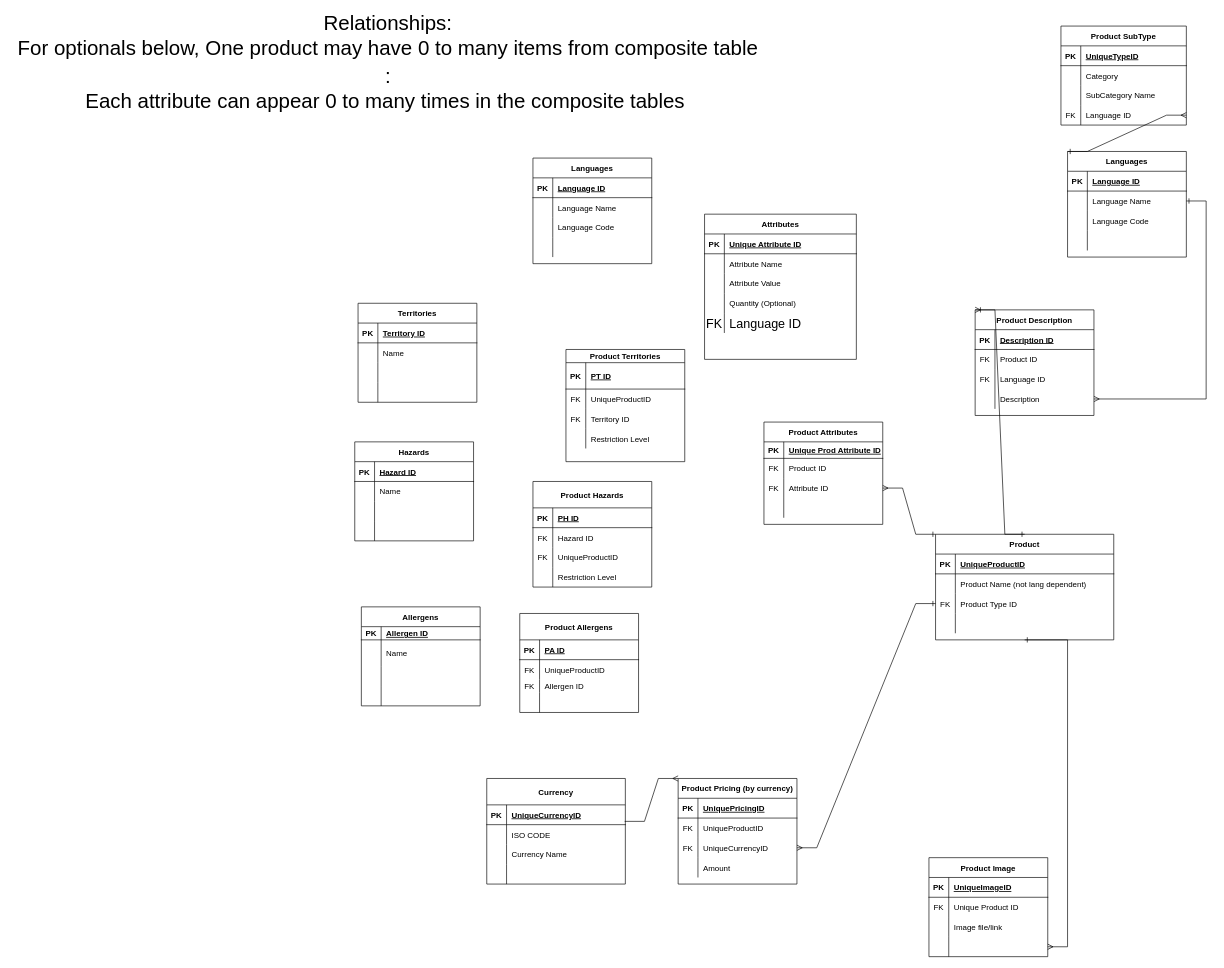
The draw.io diagram Untitled Diagram.drawio in eccelm/database-diagrams, before the edit. Source tidied: cells renumbered, new cells numbered last; positions are measured from the earlier drawing's top-left corner, leaving out a move shared by most shapes. Both pictures are drawn from the tidied source at 66%, with x=0, y=0 at pixel (11, 19).
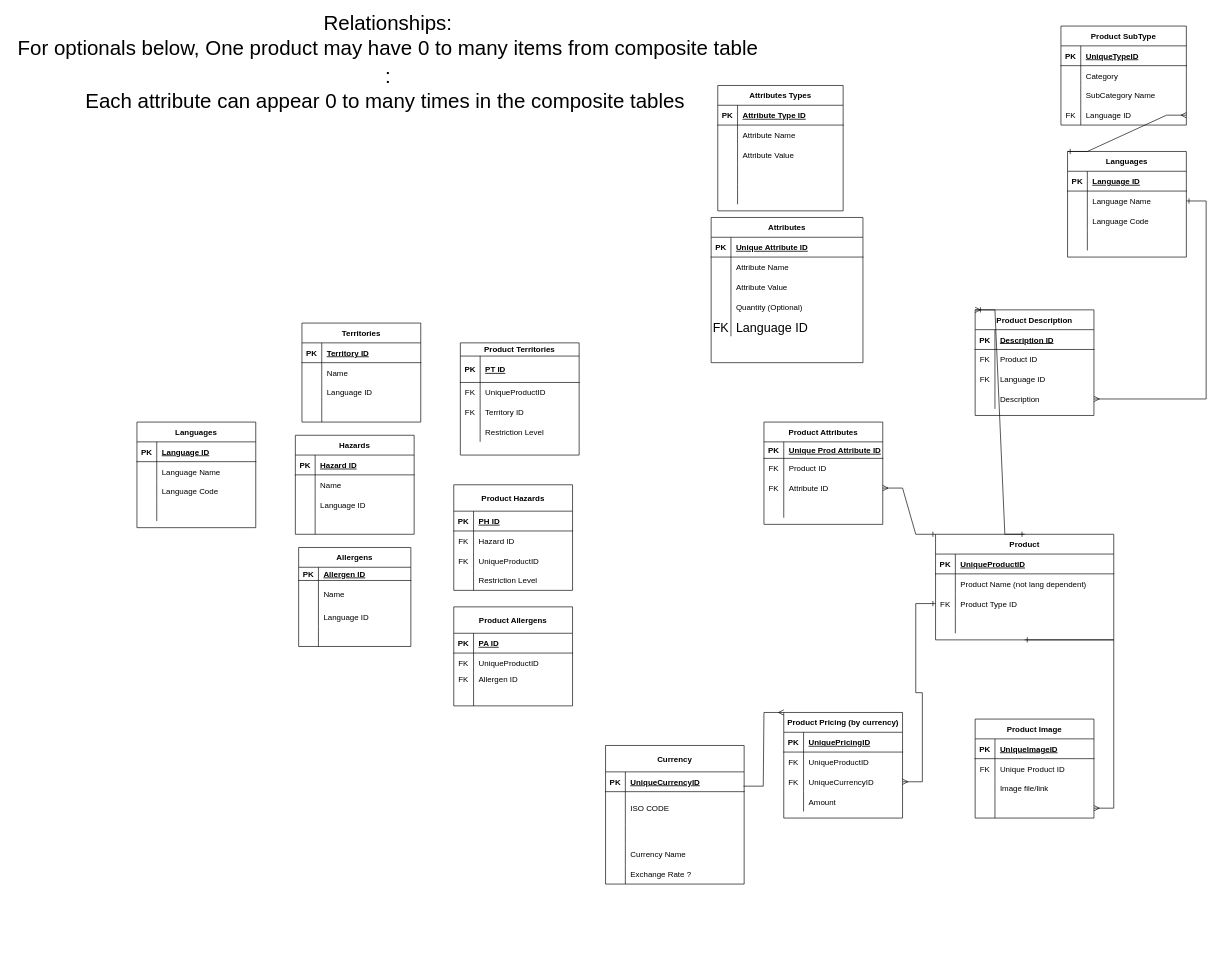
After the change.

The change refers to these unchanged cells:
```xml
<mxCell id="136" style="shape=partialRectangle;fillColor=none;top=0;left=0;bottom=0;right=0;" parent="129" vertex="1">
  <mxGeometry y="90" width="180" height="30" as="geometry" />
</mxCell>
<mxCell id="149" style="shape=partialRectangle;fillColor=none;top=0;left=0;bottom=0;right=0;" parent="142" vertex="1">
  <mxGeometry y="90" width="180" height="30" as="geometry" />
</mxCell>
```

Change to the diagram source:
```diff
@@
     <mxCell id="28" value="Currency" style="shape=table;startSize=40;childLayout=tableLayout;rowLines=0;fontStyle=1;align=center;" parent="1" vertex="1">
-      <mxGeometry x="720" y="1150" width="210" height="160" as="geometry" />
+      <mxGeometry x="900" y="1100" width="210" height="210" as="geometry" />
     </mxCell>
@@
     <mxCell id="32" style="shape=partialRectangle;fillColor=none;top=0;left=0;bottom=0;right=0;points=[[0,0.5],[1,0.5]];portConstraint=eastwest;" parent="28" vertex="1">
-      <mxGeometry y="70" width="210" height="30" as="geometry" />
+      <mxGeometry y="70" width="210" height="50" as="geometry" />
     </mxCell>
     <mxCell id="33" style="shape=partialRectangle;fillColor=none;top=0;left=0;bottom=0;right=0;overflow=hidden;" parent="32" vertex="1">
-      <mxGeometry width="30" height="30" as="geometry" />
+      <mxGeometry width="30" height="50" as="geometry" />
     </mxCell>
     <mxCell id="34" value="ISO CODE" style="shape=partialRectangle;fillColor=none;top=0;left=0;bottom=0;right=0;align=left;spacingLeft=6;overflow=hidden;" parent="32" vertex="1">
-      <mxGeometry x="30" width="180" height="30" as="geometry" />
+      <mxGeometry x="30" width="180" height="50" as="geometry" />
     </mxCell>
+    <mxCell id="222" style="shape=partialRectangle;fillColor=none;top=0;left=0;bottom=0;right=0;fontSize=19;" parent="28" vertex="1">
+      <mxGeometry y="120" width="210" height="30" as="geometry" />
+    </mxCell>
+    <mxCell id="223" style="shape=partialRectangle;fillColor=none;top=0;left=0;bottom=0;right=0;overflow=hidden;fontSize=19;" parent="222" vertex="1">
+      <mxGeometry width="30" height="30" as="geometry" />
+    </mxCell>
+    <mxCell id="224" style="shape=partialRectangle;fillColor=none;top=0;left=0;bottom=0;right=0;align=left;spacingLeft=6;overflow=hidden;fontSize=16;fontStyle=0;" parent="222" vertex="1">
+      <mxGeometry x="30" width="180" height="30" as="geometry" />
+    </mxCell>
     <mxCell id="35" style="shape=partialRectangle;fillColor=none;top=0;left=0;bottom=0;right=0;" parent="28" vertex="1">
-      <mxGeometry y="100" width="210" height="30" as="geometry" />
+      <mxGeometry y="150" width="210" height="30" as="geometry" />
     </mxCell>
@@
     <mxCell id="38" style="shape=partialRectangle;fillColor=none;top=0;left=0;bottom=0;right=0;" parent="28" vertex="1">
-      <mxGeometry y="130" width="210" height="30" as="geometry" />
+      <mxGeometry y="180" width="210" height="30" as="geometry" />
     </mxCell>
@@
-    <mxCell id="40" style="shape=partialRectangle;fillColor=none;top=0;left=0;bottom=0;right=0;align=left;spacingLeft=6;overflow=hidden;" parent="38" vertex="1">
+    <mxCell id="40" value="Exchange Rate ?" style="shape=partialRectangle;fillColor=none;top=0;left=0;bottom=0;right=0;align=left;spacingLeft=6;overflow=hidden;" parent="38" vertex="1">
       <mxGeometry x="30" width="180" height="30" as="geometry" />
     </mxCell>
     <mxCell id="41" value="Product Pricing (by currency)" style="shape=table;startSize=30;childLayout=tableLayout;rowLines=0;fontStyle=1;align=center;" parent="1" vertex="1">
-      <mxGeometry x="1010" y="1150" width="180" height="160" as="geometry" />
+      <mxGeometry x="1170" y="1050" width="180" height="160" as="geometry" />
     </mxCell>
@@
     <mxCell id="54" value="Product Image" style="shape=table;startSize=30;childLayout=tableLayout;rowLines=0;fontStyle=1;align=center;" parent="1" vertex="1">
-      <mxGeometry x="1390" y="1270" width="180" height="150" as="geometry" />
+      <mxGeometry x="1460" y="1060" width="180" height="150" as="geometry" />
     </mxCell>
@@
     <mxCell id="98" value="Attributes" style="shape=table;startSize=30;childLayout=tableLayout;rowLines=0;fontStyle=1;align=center;" parent="1" vertex="1">
-      <mxGeometry x="1050" y="295" width="230" height="220" as="geometry" />
+      <mxGeometry x="1060" y="300" width="230" height="220" as="geometry" />
     </mxCell>
@@
     <mxCell id="129" value="Territories" style="shape=table;startSize=30;childLayout=tableLayout;rowLines=0;fontStyle=1;align=center;" parent="1" vertex="1">
-      <mxGeometry x="525" y="430" width="180" height="150" as="geometry" />
+      <mxGeometry x="440" y="460" width="180" height="150" as="geometry" />
     </mxCell>
@@
-    <mxCell id="138" style="shape=partialRectangle;fillColor=none;top=0;left=0;bottom=0;right=0;align=left;spacingLeft=6;overflow=hidden;" parent="136" vertex="1">
+    <mxCell id="138" value="Language ID" style="shape=partialRectangle;fillColor=none;top=0;left=0;bottom=0;right=0;align=left;spacingLeft=6;overflow=hidden;" parent="136" vertex="1">
       <mxGeometry x="30" width="150" height="30" as="geometry" />
     </mxCell>
@@
     <mxCell id="142" value="Hazards" style="shape=table;startSize=30;childLayout=tableLayout;rowLines=0;fontStyle=1;align=center;" parent="1" vertex="1">
-      <mxGeometry x="520" y="640" width="180" height="150" as="geometry" />
+      <mxGeometry x="430" y="630" width="180" height="150" as="geometry" />
     </mxCell>
@@
-    <mxCell id="151" style="shape=partialRectangle;fillColor=none;top=0;left=0;bottom=0;right=0;align=left;spacingLeft=6;overflow=hidden;" parent="149" vertex="1">
+    <mxCell id="151" value="Language ID" style="shape=partialRectangle;fillColor=none;top=0;left=0;bottom=0;right=0;align=left;spacingLeft=6;overflow=hidden;" parent="149" vertex="1">
       <mxGeometry x="30" width="150" height="30" as="geometry" />
     </mxCell>
@@
     <mxCell id="155" value="Allergens" style="shape=table;startSize=30;childLayout=tableLayout;rowLines=0;fontStyle=1;align=center;" parent="1" vertex="1">
-      <mxGeometry x="530" y="890" width="180" height="150" as="geometry" />
+      <mxGeometry x="435" y="800" width="170" height="150" as="geometry" />
     </mxCell>
     <mxCell id="156" style="shape=partialRectangle;fillColor=none;top=0;left=0;bottom=1;right=0;" parent="155" vertex="1">
-      <mxGeometry y="30" width="180" height="20" as="geometry" />
+      <mxGeometry y="30" width="170" height="20" as="geometry" />
     </mxCell>
@@
     <mxCell id="158" value="Allergen ID" style="shape=partialRectangle;fillColor=none;top=0;left=0;bottom=0;right=0;align=left;spacingLeft=6;fontStyle=5;overflow=hidden;" parent="156" vertex="1">
-      <mxGeometry x="30" width="150" height="20" as="geometry" />
+      <mxGeometry x="30" width="140" height="20" as="geometry" />
     </mxCell>
     <mxCell id="159" style="shape=partialRectangle;fillColor=none;top=0;left=0;bottom=0;right=0;" parent="155" vertex="1">
-      <mxGeometry y="50" width="180" height="40" as="geometry" />
+      <mxGeometry y="50" width="170" height="40" as="geometry" />
     </mxCell>
@@
     <mxCell id="161" value="Name" style="shape=partialRectangle;fillColor=none;top=0;left=0;bottom=0;right=0;align=left;spacingLeft=6;overflow=hidden;" parent="159" vertex="1">
-      <mxGeometry x="30" width="150" height="40" as="geometry" />
+      <mxGeometry x="30" width="140" height="40" as="geometry" />
     </mxCell>
     <mxCell id="162" style="shape=partialRectangle;fillColor=none;top=0;left=0;bottom=0;right=0;" parent="155" vertex="1">
-      <mxGeometry y="90" width="180" height="30" as="geometry" />
+      <mxGeometry y="90" width="170" height="30" as="geometry" />
     </mxCell>
@@
-    <mxCell id="164" style="shape=partialRectangle;fillColor=none;top=0;left=0;bottom=0;right=0;align=left;spacingLeft=6;overflow=hidden;" parent="162" vertex="1">
-      <mxGeometry x="30" width="150" height="30" as="geometry" />
+    <mxCell id="164" value="Language ID" style="shape=partialRectangle;fillColor=none;top=0;left=0;bottom=0;right=0;align=left;spacingLeft=6;overflow=hidden;" parent="162" vertex="1">
+      <mxGeometry x="30" width="140" height="30" as="geometry" />
     </mxCell>
     <mxCell id="165" style="shape=partialRectangle;fillColor=none;top=0;left=0;bottom=0;right=0;" parent="155" vertex="1">
-      <mxGeometry y="120" width="180" height="30" as="geometry" />
+      <mxGeometry y="120" width="170" height="30" as="geometry" />
     </mxCell>
@@
     <mxCell id="167" style="shape=partialRectangle;fillColor=none;top=0;left=0;bottom=0;right=0;align=left;spacingLeft=6;overflow=hidden;" parent="165" vertex="1">
-      <mxGeometry x="30" width="150" height="30" as="geometry" />
+      <mxGeometry x="30" width="140" height="30" as="geometry" />
     </mxCell>
     <mxCell id="168" value="Product Territories" style="shape=table;startSize=20;childLayout=tableLayout;rowLines=0;fontStyle=1;align=center;" parent="1" vertex="1">
-      <mxGeometry x="840" y="500" width="180" height="170" as="geometry" />
+      <mxGeometry x="680" y="490" width="180" height="170" as="geometry" />
     </mxCell>
@@
     <mxCell id="181" value="Product Hazards" style="shape=table;startSize=40;childLayout=tableLayout;rowLines=0;fontStyle=1;align=center;" parent="1" vertex="1">
-      <mxGeometry x="790" y="700" width="180" height="160" as="geometry" />
+      <mxGeometry x="670" y="705" width="180" height="160" as="geometry" />
     </mxCell>
@@
     <mxCell id="194" value="Product Allergens" style="shape=table;startSize=40;childLayout=tableLayout;rowLines=0;fontStyle=1;align=center;" parent="1" vertex="1">
-      <mxGeometry x="770" y="900" width="180" height="150" as="geometry" />
+      <mxGeometry x="670" y="890" width="180" height="150" as="geometry" />
     </mxCell>
@@
     <mxCell id="209" value="Languages" style="shape=table;startSize=30;childLayout=tableLayout;rowLines=0;fontStyle=1;align=center;" parent="1" vertex="1">
-      <mxGeometry x="790" y="210" width="180" height="160" as="geometry" />
+      <mxGeometry x="190" y="610" width="180" height="160" as="geometry" />
     </mxCell>
@@
+    <mxCell id="225" value="Attributes Types" style="shape=table;startSize=30;childLayout=tableLayout;rowLines=0;fontStyle=1;align=center;" parent="1" vertex="1">
+      <mxGeometry x="1070" y="100" width="190" height="190" as="geometry" />
+    </mxCell>
+    <mxCell id="226" style="shape=partialRectangle;fillColor=none;top=0;left=0;bottom=1;right=0;" parent="225" vertex="1">
+      <mxGeometry y="30" width="190" height="30" as="geometry" />
+    </mxCell>
+    <mxCell id="227" value="PK" style="shape=partialRectangle;fillColor=none;top=0;left=0;bottom=0;right=0;fontStyle=1;overflow=hidden;" parent="226" vertex="1">
+      <mxGeometry width="30" height="30" as="geometry" />
+    </mxCell>
+    <mxCell id="228" value="Attribute Type ID" style="shape=partialRectangle;fillColor=none;top=0;left=0;bottom=0;right=0;align=left;spacingLeft=6;fontStyle=5;overflow=hidden;" parent="226" vertex="1">
+      <mxGeometry x="30" width="160" height="30" as="geometry" />
+    </mxCell>
+    <mxCell id="229" style="shape=partialRectangle;fillColor=none;top=0;left=0;bottom=0;right=0;" parent="225" vertex="1">
+      <mxGeometry y="60" width="190" height="30" as="geometry" />
+    </mxCell>
+    <mxCell id="230" style="shape=partialRectangle;fillColor=none;top=0;left=0;bottom=0;right=0;overflow=hidden;" parent="229" vertex="1">
+      <mxGeometry width="30" height="30" as="geometry" />
+    </mxCell>
+    <mxCell id="231" value="Attribute Name" style="shape=partialRectangle;fillColor=none;top=0;left=0;bottom=0;right=0;align=left;spacingLeft=6;overflow=hidden;" parent="229" vertex="1">
+      <mxGeometry x="30" width="160" height="30" as="geometry" />
+    </mxCell>
+    <mxCell id="232" style="shape=partialRectangle;fillColor=none;top=0;left=0;bottom=0;right=0;" parent="225" vertex="1">
+      <mxGeometry y="90" width="190" height="30" as="geometry" />
+    </mxCell>
+    <mxCell id="233" style="shape=partialRectangle;fillColor=none;top=0;left=0;bottom=0;right=0;overflow=hidden;" parent="232" vertex="1">
+      <mxGeometry width="30" height="30" as="geometry" />
+    </mxCell>
+    <mxCell id="234" value="Attribute Value" style="shape=partialRectangle;fillColor=none;top=0;left=0;bottom=0;right=0;align=left;spacingLeft=6;overflow=hidden;" parent="232" vertex="1">
+      <mxGeometry x="30" width="160" height="30" as="geometry" />
+    </mxCell>
+    <mxCell id="235" style="shape=partialRectangle;fillColor=none;top=0;left=0;bottom=0;right=0;" parent="225" vertex="1">
+      <mxGeometry y="120" width="190" height="30" as="geometry" />
+    </mxCell>
+    <mxCell id="236" style="shape=partialRectangle;fillColor=none;top=0;left=0;bottom=0;right=0;overflow=hidden;" parent="235" vertex="1">
+      <mxGeometry width="30" height="30" as="geometry" />
+    </mxCell>
+    <mxCell id="237" style="shape=partialRectangle;fillColor=none;top=0;left=0;bottom=0;right=0;align=left;spacingLeft=6;overflow=hidden;" parent="235" vertex="1">
+      <mxGeometry x="30" width="160" height="30" as="geometry" />
+    </mxCell>
+    <mxCell id="238" style="shape=partialRectangle;fillColor=none;top=0;left=0;bottom=0;right=0;fontSize=19;" parent="225" vertex="1">
+      <mxGeometry y="150" width="190" height="30" as="geometry" />
+    </mxCell>
+    <mxCell id="239" style="shape=partialRectangle;fillColor=none;top=0;left=0;bottom=0;right=0;fontStyle=0;overflow=hidden;fontSize=19;" parent="238" vertex="1">
+      <mxGeometry width="30" height="30" as="geometry" />
+    </mxCell>
+    <mxCell id="240" style="shape=partialRectangle;fillColor=none;top=0;left=0;bottom=0;right=0;align=left;spacingLeft=6;fontStyle=0;overflow=hidden;fontSize=19;" parent="238" vertex="1">
+      <mxGeometry x="30" width="160" height="30" as="geometry" />
+    </mxCell>
```
